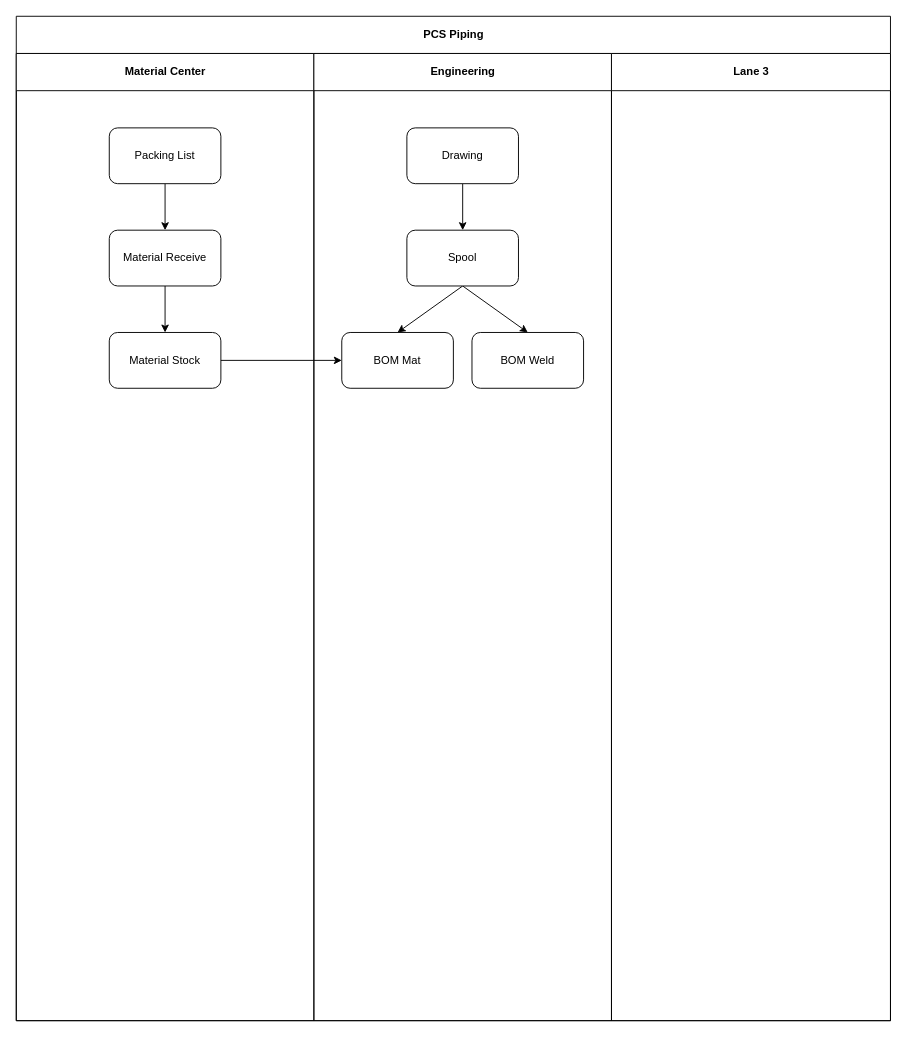
Jakkaphong2023/app-flowchart keeps this draw.io diagram as pcs-piping.drawio. Above is the earlier version. Source tidied: cells renumbered, new cells numbered last; positions are measured from the earlier drawing's top-left corner, leaving out a move shared by most shapes. Both pictures are drawn from the tidied source at 93%, with x=0, y=0 at pixel (16, 16).
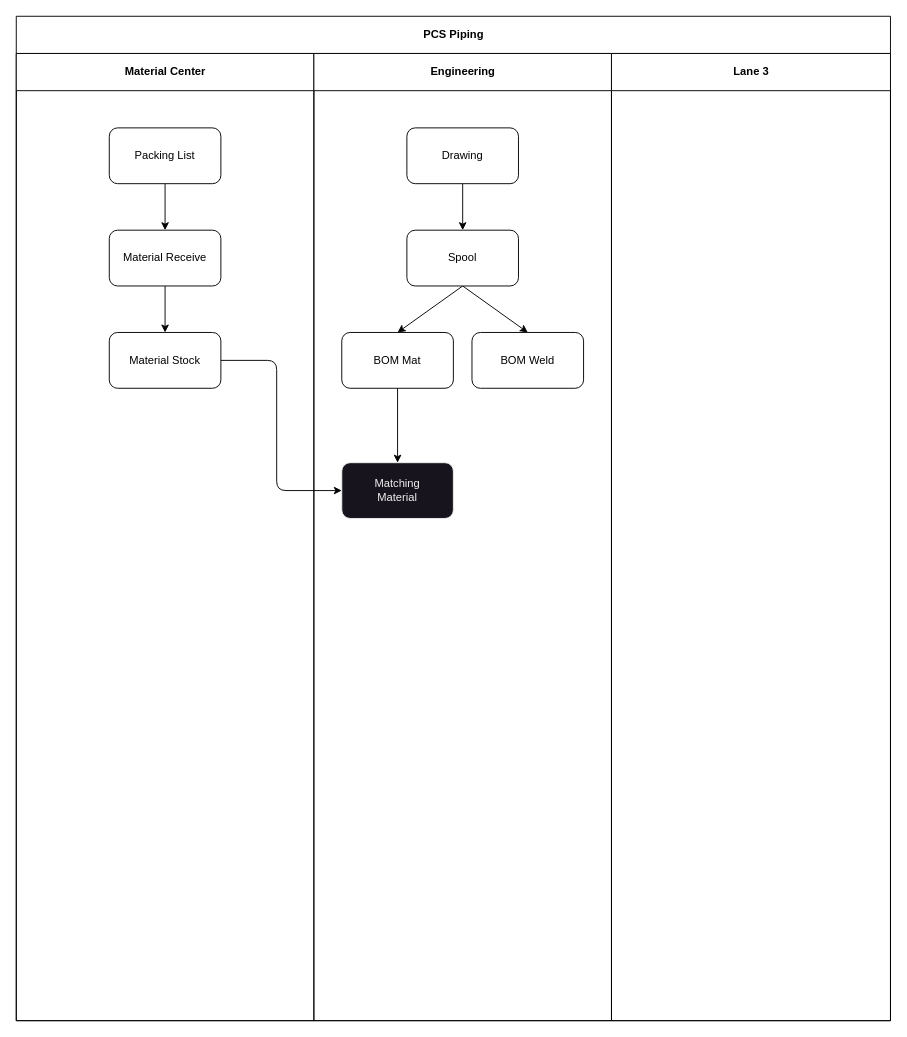
Above is the later version.

Unchanged cells that the change refers to:
```xml
<mxCell id="12" value="Material Stock" style="rounded=1;whiteSpace=wrap;html=1;" parent="7" vertex="1">
  <mxGeometry x="100" y="340" width="120" height="60" as="geometry" />
</mxCell>
<mxCell id="16" value="BOM Mat" style="rounded=1;whiteSpace=wrap;html=1;" parent="13" vertex="1">
  <mxGeometry x="350" y="340" width="120" height="60" as="geometry" />
</mxCell>
```

Diff of the diagram source:
```diff
@@
+    <mxCell id="22" style="edgeStyle=none;html=1;" parent="13" edge="1" source="16" target="21">
+      <mxGeometry relative="1" as="geometry" />
+    </mxCell>
@@
-    <mxCell id="21" style="edgeStyle=none;sketch=0;html=1;exitX=1;exitY=0.5;exitDx=0;exitDy=0;shadow=0;" parent="13" edge="1" source="12" target="16">
-      <mxGeometry relative="1" as="geometry" />
+    <mxCell id="21" value="Matching&lt;br&gt;Material" style="rounded=1;whiteSpace=wrap;html=1;fillColor=rgb(24, 20, 29);strokeColor=rgb(240, 240, 240);fontColor=rgb(240, 240, 240);" parent="13" vertex="1">
+      <mxGeometry x="350" y="480" width="120" height="60" as="geometry" />
     </mxCell>
+    <mxCell id="23" style="edgeStyle=none;html=1;exitX=1;exitY=0.5;exitDx=0;exitDy=0;entryX=0;entryY=0.5;entryDx=0;entryDy=0;" parent="13" edge="1" source="12" target="21">
+      <mxGeometry relative="1" as="geometry">
+        <Array as="points">
+          <mxPoint x="280" y="370" />
+          <mxPoint x="280" y="510" />
+        </Array>
+      </mxGeometry>
+    </mxCell>
```
